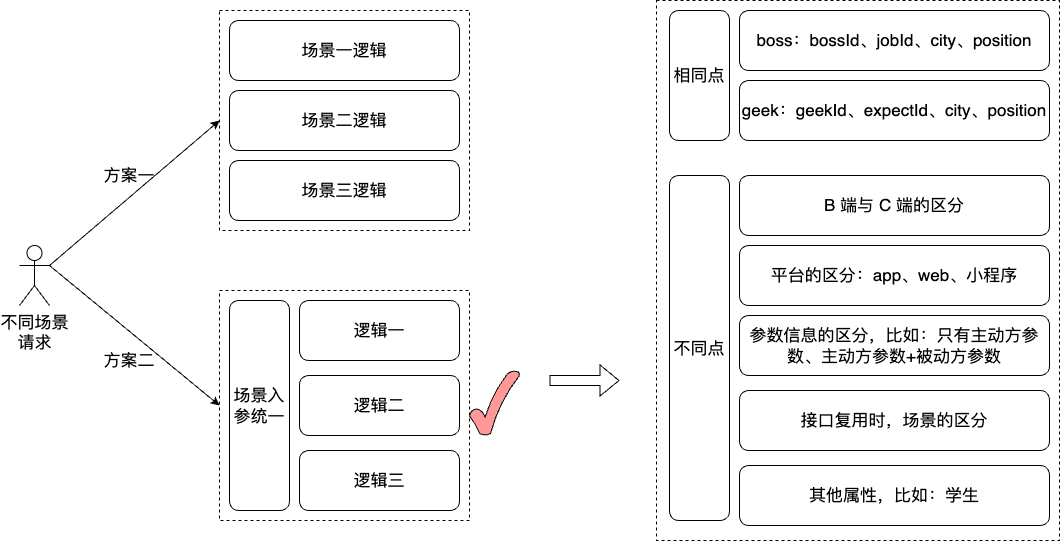
This is work-draw-file/场景接入的方案.png from liujunao/draw-data, a draw.io export, as it was before one commit. Source tidied: cells renumbered, new cells last; positions are measured from the earlier drawing's top-left corner, leaving out a move shared by most shapes.
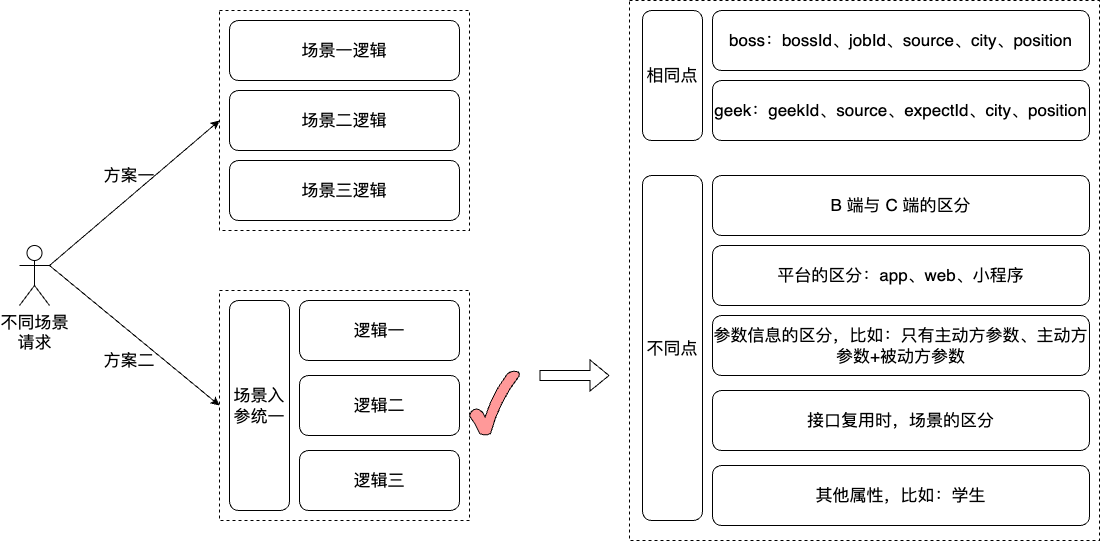
After the change.

Commit message:
更新场景接入的方案.png

Change to the diagram source:
```diff
@@ -3,7 +3,7 @@
     <mxCell id="0" />
     <mxCell id="1" parent="0" />
     <mxCell id="2" style="rounded=0;whiteSpace=wrap;html=1;dashed=1;" parent="1" vertex="1">
-      <mxGeometry x="637" width="403" height="540" as="geometry" />
+      <mxGeometry x="610" width="470" height="540" as="geometry" />
     </mxCell>
     <mxCell id="3" style="rounded=0;whiteSpace=wrap;html=1;dashed=1;" parent="1" vertex="1">
       <mxGeometry x="200" y="290" width="250" height="230" as="geometry" />
@@ -51,36 +51,36 @@
       <mxGeometry x="450" y="370" width="50" height="65" as="geometry" />
     </mxCell>
     <mxCell id="18" value="&lt;font size=&quot;3&quot;&gt;相同点&lt;/font&gt;" style="rounded=1;whiteSpace=wrap;html=1;" parent="1" vertex="1">
-      <mxGeometry x="650" y="10" width="60" height="130" as="geometry" />
+      <mxGeometry x="623" y="10" width="60" height="130" as="geometry" />
     </mxCell>
-    <mxCell id="19" value="&lt;font size=&quot;3&quot;&gt;boss：bossId、jobId、city、position&lt;/font&gt;" style="rounded=1;whiteSpace=wrap;html=1;" parent="1" vertex="1">
-      <mxGeometry x="720" y="10" width="310" height="60" as="geometry" />
+    <mxCell id="19" value="&lt;font size=&quot;3&quot;&gt;boss：bossId、jobId、source、city、position&lt;/font&gt;" style="rounded=1;whiteSpace=wrap;html=1;" parent="1" vertex="1">
+      <mxGeometry x="693" y="10" width="377" height="60" as="geometry" />
     </mxCell>
-    <mxCell id="20" value="&lt;font size=&quot;3&quot;&gt;geek：geekId、expectId、city、position&lt;/font&gt;" style="rounded=1;whiteSpace=wrap;html=1;" parent="1" vertex="1">
-      <mxGeometry x="720" y="80" width="310" height="60" as="geometry" />
+    <mxCell id="20" value="&lt;font size=&quot;3&quot;&gt;geek：geekId、source、expectId、city、position&lt;/font&gt;" style="rounded=1;whiteSpace=wrap;html=1;" parent="1" vertex="1">
+      <mxGeometry x="693" y="80" width="377" height="60" as="geometry" />
     </mxCell>
     <mxCell id="21" value="&lt;font size=&quot;3&quot;&gt;不同点&lt;/font&gt;" style="rounded=1;whiteSpace=wrap;html=1;" parent="1" vertex="1">
-      <mxGeometry x="650" y="175" width="60" height="345" as="geometry" />
+      <mxGeometry x="623" y="175" width="60" height="345" as="geometry" />
     </mxCell>
     <mxCell id="22" value="&lt;font size=&quot;3&quot;&gt;B 端与 C 端的区分&lt;/font&gt;" style="rounded=1;whiteSpace=wrap;html=1;" parent="1" vertex="1">
-      <mxGeometry x="720" y="175" width="310" height="60" as="geometry" />
+      <mxGeometry x="693" y="175" width="377" height="60" as="geometry" />
     </mxCell>
     <mxCell id="23" value="&lt;font size=&quot;3&quot;&gt;平台的区分：app、web、小程序&lt;/font&gt;" style="rounded=1;whiteSpace=wrap;html=1;" parent="1" vertex="1">
-      <mxGeometry x="720" y="245" width="310" height="60" as="geometry" />
+      <mxGeometry x="693" y="245" width="377" height="60" as="geometry" />
     </mxCell>
     <mxCell id="24" value="&lt;font size=&quot;3&quot;&gt;参数信息的区分，比如：只有主动方参数、主动方参数+被动方参数&lt;/font&gt;" style="rounded=1;whiteSpace=wrap;html=1;" parent="1" vertex="1">
-      <mxGeometry x="720" y="315" width="310" height="60" as="geometry" />
+      <mxGeometry x="693" y="315" width="377" height="60" as="geometry" />
     </mxCell>
     <mxCell id="25" value="&lt;font size=&quot;3&quot;&gt;其他属性，比如：学生&lt;/font&gt;" style="rounded=1;whiteSpace=wrap;html=1;" parent="1" vertex="1">
-      <mxGeometry x="720" y="465" width="310" height="60" as="geometry" />
+      <mxGeometry x="693" y="465" width="377" height="60" as="geometry" />
     </mxCell>
     <mxCell id="26" value="&lt;font size=&quot;3&quot;&gt;接口复用时，场景的区分&lt;/font&gt;" style="rounded=1;whiteSpace=wrap;html=1;" parent="1" vertex="1">
-      <mxGeometry x="720" y="390" width="310" height="60" as="geometry" />
+      <mxGeometry x="693" y="390" width="377" height="60" as="geometry" />
     </mxCell>
     <mxCell id="27" style="shape=flexArrow;endArrow=classic;html=1;rounded=0;" parent="1" edge="1">
       <mxGeometry relative="1" as="geometry">
-        <mxPoint x="530" y="380" as="sourcePoint" />
-        <mxPoint x="600" y="380" as="targetPoint" />
+        <mxPoint x="520" y="375" as="sourcePoint" />
+        <mxPoint x="590" y="375" as="targetPoint" />
       </mxGeometry>
     </mxCell>
   </root>
```
